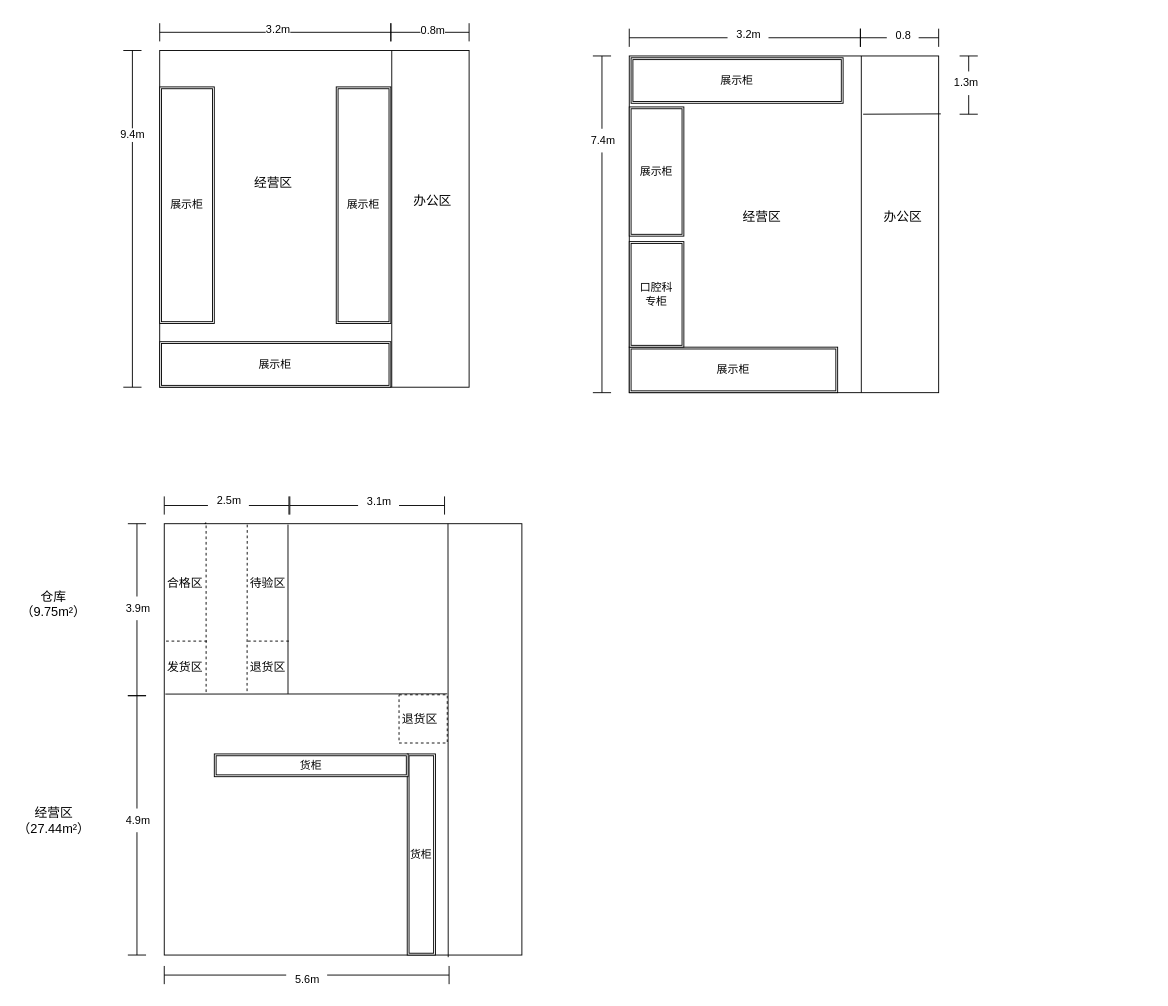
Above: 医疗器械平面图.drawio in irene404/UMessage_1_4 (draw.io), before the change. Source tidied: cells renumbered, new cells numbered last; positions are measured from the earlier drawing's top-left corner, leaving out a move shared by most shapes. Both pictures are drawn from the tidied source at 91%, with x=0, y=0 at pixel (15, 15).
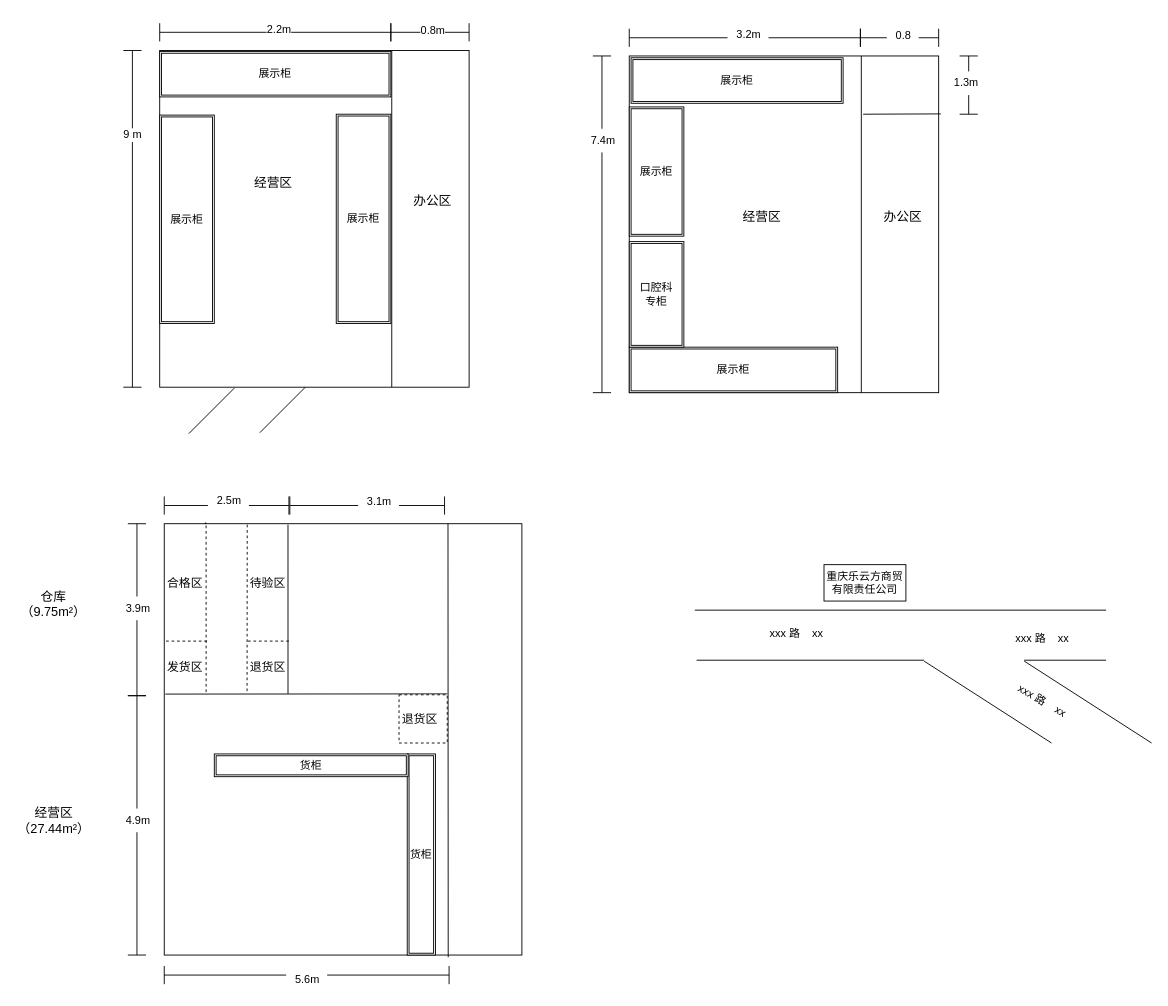
The same diagram, later.

Commit message:
更新医疗器械平面图.drawio

What changed in the source:
```diff
@@
-    <mxCell id="6" value="9.4m" style="text;html=1;align=center;verticalAlign=middle;strokeColor=none;fillColor=none;labelBackgroundColor=default;" parent="1" vertex="1">
-      <mxGeometry x="103" y="116" width="50" height="30" as="geometry" />
+    <mxCell id="6" value="9 m" style="text;html=1;align=center;verticalAlign=middle;strokeColor=none;fillColor=none;labelBackgroundColor=default;" parent="1" vertex="1">
+      <mxGeometry x="109" y="118" width="38" height="26" as="geometry" />
     </mxCell>
@@
-    <mxCell id="8" value="3.2m" style="text;html=1;align=center;verticalAlign=middle;strokeColor=none;fillColor=none;labelBackgroundColor=default;" parent="1" vertex="1">
-      <mxGeometry x="263" width="50" height="30" as="geometry" />
+    <mxCell id="8" value="2.2m" style="text;html=1;align=center;verticalAlign=middle;strokeColor=none;fillColor=none;labelBackgroundColor=default;" parent="1" vertex="1">
+      <mxGeometry x="266" y="2" width="45" height="26" as="geometry" />
     </mxCell>
@@
     <mxCell id="15" value="展示柜" style="shape=ext;double=1;rounded=0;whiteSpace=wrap;html=1;" parent="1" vertex="1">
-      <mxGeometry x="158" y="78" width="60" height="260" as="geometry" />
+      <mxGeometry x="158" y="109" width="60" height="229" as="geometry" />
     </mxCell>
     <mxCell id="16" value="展示柜" style="shape=ext;double=1;rounded=0;whiteSpace=wrap;html=1;" parent="1" vertex="1">
-      <mxGeometry x="352" y="78" width="60" height="260" as="geometry" />
+      <mxGeometry x="352" y="108" width="60" height="230" as="geometry" />
     </mxCell>
     <mxCell id="17" value="展示柜" style="shape=ext;double=1;rounded=0;whiteSpace=wrap;html=1;" parent="1" vertex="1">
-      <mxGeometry x="158" y="358" width="254" height="50" as="geometry" />
+      <mxGeometry x="158" y="39" width="254" height="50" as="geometry" />
     </mxCell>
@@
+    <mxCell id="70" style="endArrow=none;html=1;rounded=0;" parent="1" edge="1">
+      <mxGeometry relative="1" as="geometry">
+        <mxPoint x="190" y="459" as="sourcePoint" />
+        <mxPoint x="240" y="409" as="targetPoint" />
+      </mxGeometry>
+    </mxCell>
+    <mxCell id="71" style="endArrow=none;html=1;rounded=0;" parent="1" edge="1">
+      <mxGeometry relative="1" as="geometry">
+        <mxPoint x="268" y="458" as="sourcePoint" />
+        <mxPoint x="318" y="408" as="targetPoint" />
+      </mxGeometry>
+    </mxCell>
+    <mxCell id="72" style="endArrow=none;html=1;rounded=0;" parent="1" edge="1">
+      <mxGeometry relative="1" as="geometry">
+        <mxPoint x="746" y="653" as="sourcePoint" />
+        <mxPoint x="1198" y="653" as="targetPoint" />
+      </mxGeometry>
+    </mxCell>
+    <mxCell id="73" style="endArrow=none;html=1;rounded=0;" parent="1" edge="1">
+      <mxGeometry relative="1" as="geometry">
+        <mxPoint x="748" y="708" as="sourcePoint" />
+        <mxPoint x="998" y="708" as="targetPoint" />
+      </mxGeometry>
+    </mxCell>
+    <mxCell id="74" style="endArrow=none;html=1;rounded=0;" parent="1" edge="1">
+      <mxGeometry relative="1" as="geometry">
+        <mxPoint x="998" y="709" as="sourcePoint" />
+        <mxPoint x="1138" y="799" as="targetPoint" />
+      </mxGeometry>
+    </mxCell>
+    <mxCell id="75" style="endArrow=none;html=1;rounded=0;" parent="1" edge="1">
+      <mxGeometry relative="1" as="geometry">
+        <mxPoint x="1108" y="709" as="sourcePoint" />
+        <mxPoint x="1248" y="799" as="targetPoint" />
+      </mxGeometry>
+    </mxCell>
+    <mxCell id="76" style="endArrow=none;html=1;rounded=0;" parent="1" edge="1">
+      <mxGeometry relative="1" as="geometry">
+        <mxPoint x="1108" y="708" as="sourcePoint" />
+        <mxPoint x="1198" y="708" as="targetPoint" />
+      </mxGeometry>
+    </mxCell>
+    <mxCell id="77" value="xxx 路&amp;nbsp; &amp;nbsp; xx" style="text;html=1;align=center;verticalAlign=middle;whiteSpace=wrap;rounded=0;" parent="1" vertex="1">
+      <mxGeometry x="778" y="664" width="160" height="30" as="geometry" />
+    </mxCell>
+    <mxCell id="78" value="xxx 路&amp;nbsp; &amp;nbsp; xx" style="text;html=1;align=center;verticalAlign=middle;whiteSpace=wrap;rounded=0;rotation=30;" parent="1" vertex="1">
+      <mxGeometry x="1048" y="738" width="160" height="30" as="geometry" />
+    </mxCell>
+    <mxCell id="79" value="xxx 路&amp;nbsp; &amp;nbsp; xx" style="text;html=1;align=center;verticalAlign=middle;whiteSpace=wrap;rounded=0;" parent="1" vertex="1">
+      <mxGeometry x="1048" y="670" width="160" height="30" as="geometry" />
+    </mxCell>
+    <mxCell id="80" value="重庆乐云方商贸有限责任公司" style="rounded=0;whiteSpace=wrap;html=1;" parent="1" vertex="1">
+      <mxGeometry x="888" y="603" width="90" height="40" as="geometry" />
+    </mxCell>
```
